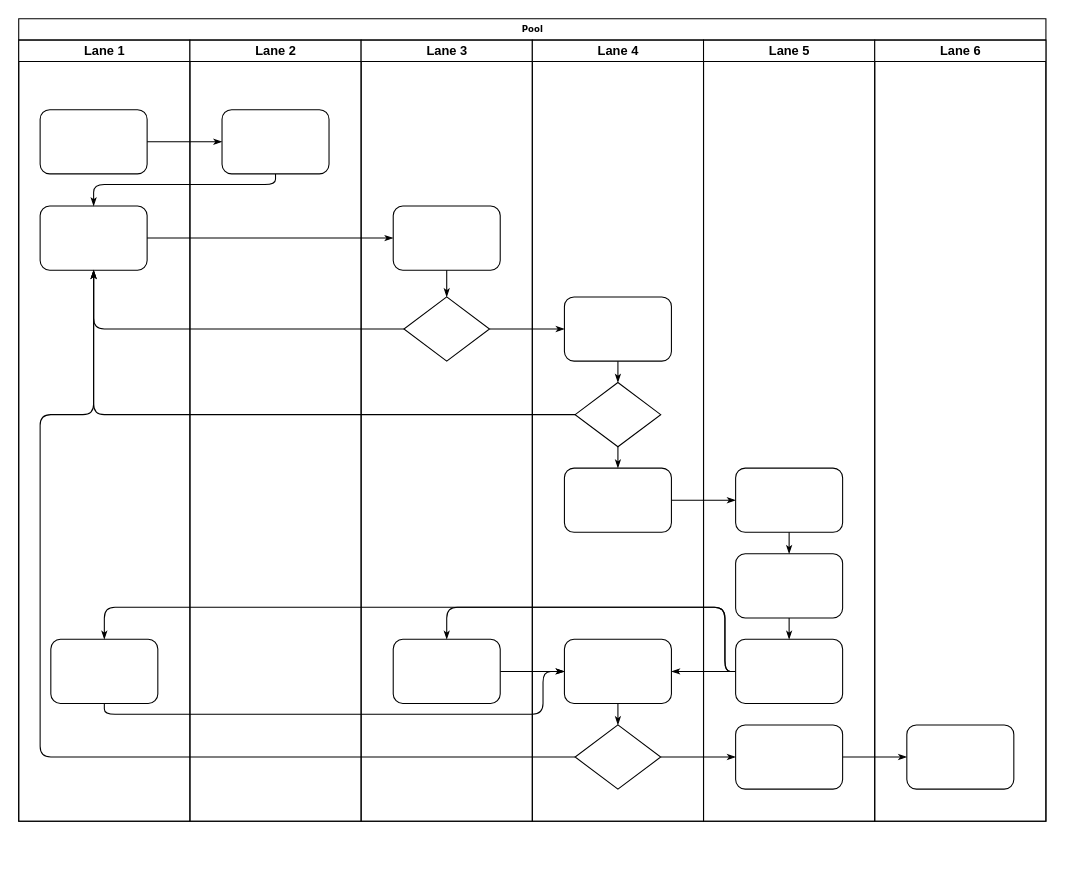
This is documents/名称未設定ファイル.drawio from MatsudaSaku/MoodTune, a draw.io file, before an edit. Source tidied: cells renumbered, new cells numbered last; positions are measured from the earlier drawing's top-left corner, leaving out a move shared by most shapes. Both pictures are drawn from the tidied source at 107%, with x=0, y=0 at pixel (18, 18).
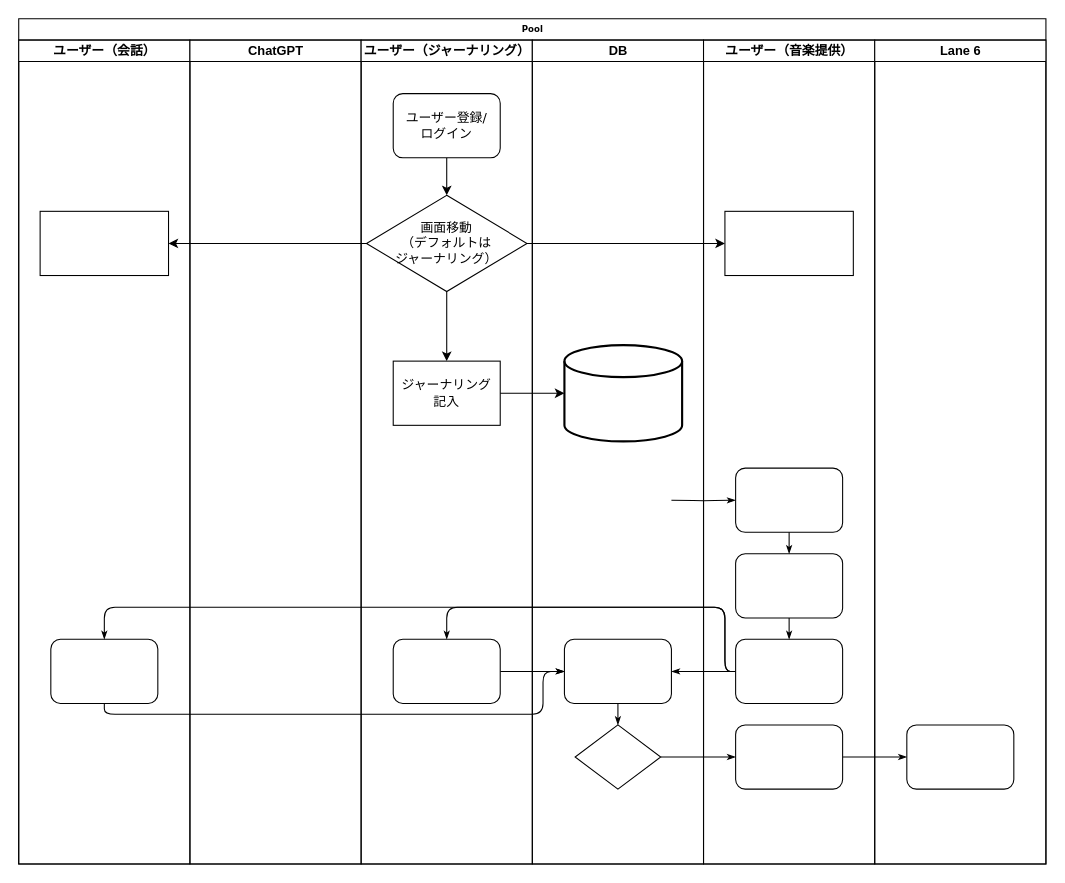
After the change.

Commit message:
名称未設定ファイル.drawio を更新します

Unchanged cells that the change refers to:
```xml
<mxCell id="34" style="rhombus;whiteSpace=wrap;html=1;rounded=0;shadow=0;labelBackgroundColor=none;strokeWidth=1;fontFamily=Verdana;fontSize=8;align=center;" parent="29" vertex="1">
  <mxGeometry x="40" y="640" width="80" height="60" as="geometry" />
</mxCell>
<mxCell id="39" style="rounded=1;whiteSpace=wrap;html=1;shadow=0;labelBackgroundColor=none;strokeWidth=1;fontFamily=Verdana;fontSize=8;align=center;" parent="38" vertex="1">
  <mxGeometry x="30" y="400" width="100" height="60" as="geometry" />
</mxCell>
```

Change to the diagram source:
```diff
@@
     <mxCell id="2" value="Pool" style="swimlane;html=1;startSize=20;rounded=0;shadow=0;labelBackgroundColor=none;strokeWidth=1;fontFamily=Verdana;fontSize=8;align=center;" parent="1" vertex="1">
-      <mxGeometry width="960" height="750" as="geometry" />
+      <mxGeometry width="960" height="790" as="geometry" />
     </mxCell>
-    <mxCell id="3" value="Lane 1" style="swimlane;html=1;startSize=20;" parent="2" vertex="1">
-      <mxGeometry y="20" width="160" height="730" as="geometry" />
+    <mxCell id="3" value="ユーザー（会話）" style="swimlane;html=1;startSize=20;" parent="2" vertex="1">
+      <mxGeometry y="20" width="160" height="770" as="geometry" />
     </mxCell>
-    <mxCell id="4" style="rounded=1;whiteSpace=wrap;html=1;shadow=0;labelBackgroundColor=none;strokeWidth=1;fontFamily=Verdana;fontSize=8;align=center;" parent="3" vertex="1">
-      <mxGeometry x="20" y="65" width="100" height="60" as="geometry" />
-    </mxCell>
-    <mxCell id="5" style="rounded=1;whiteSpace=wrap;html=1;shadow=0;labelBackgroundColor=none;strokeWidth=1;fontFamily=Verdana;fontSize=8;align=center;" parent="3" vertex="1">
-      <mxGeometry x="20" y="155" width="100" height="60" as="geometry" />
-    </mxCell>
@@
-    <mxCell id="7" style="edgeStyle=orthogonalEdgeStyle;rounded=1;html=1;labelBackgroundColor=none;startArrow=none;startFill=0;startSize=5;endArrow=classicThin;endFill=1;endSize=5;jettySize=auto;strokeWidth=1;fontFamily=Verdana;fontSize=8;" parent="2" edge="1" source="4" target="23">
-      <mxGeometry relative="1" as="geometry" />
-    </mxCell>
-    <mxCell id="8" style="edgeStyle=orthogonalEdgeStyle;rounded=1;html=1;labelBackgroundColor=none;startArrow=none;startFill=0;startSize=5;endArrow=classicThin;endFill=1;endSize=5;jettySize=auto;strokeWidth=1;fontFamily=Verdana;fontSize=8;" parent="2" edge="1" source="23" target="5">
-      <mxGeometry relative="1" as="geometry">
-        <Array as="points">
-          <mxPoint x="240" y="155" />
-          <mxPoint x="70" y="155" />
-        </Array>
-      </mxGeometry>
-    </mxCell>
-    <mxCell id="9" style="edgeStyle=orthogonalEdgeStyle;rounded=1;html=1;labelBackgroundColor=none;startArrow=none;startFill=0;startSize=5;endArrow=classicThin;endFill=1;endSize=5;jettySize=auto;strokeWidth=1;fontFamily=Verdana;fontSize=8;" parent="2" edge="1" source="5" target="25">
-      <mxGeometry relative="1" as="geometry" />
-    </mxCell>
-    <mxCell id="10" style="edgeStyle=orthogonalEdgeStyle;rounded=1;html=1;labelBackgroundColor=none;startArrow=none;startFill=0;startSize=5;endArrow=classicThin;endFill=1;endSize=5;jettySize=auto;strokeWidth=1;fontFamily=Verdana;fontSize=8;" parent="2" edge="1" source="26" target="5">
-      <mxGeometry relative="1" as="geometry" />
-    </mxCell>
-    <mxCell id="11" style="edgeStyle=orthogonalEdgeStyle;rounded=1;html=1;labelBackgroundColor=none;startArrow=none;startFill=0;startSize=5;endArrow=classicThin;endFill=1;endSize=5;jettySize=auto;strokeWidth=1;fontFamily=Verdana;fontSize=8;" parent="2" edge="1" source="31" target="5">
-      <mxGeometry relative="1" as="geometry" />
-    </mxCell>
-    <mxCell id="12" style="edgeStyle=orthogonalEdgeStyle;rounded=1;html=1;labelBackgroundColor=none;startArrow=none;startFill=0;startSize=5;endArrow=classicThin;endFill=1;endSize=5;jettySize=auto;strokeWidth=1;fontFamily=Verdana;fontSize=8;" parent="2" edge="1" source="34" target="5">
-      <mxGeometry relative="1" as="geometry">
-        <Array as="points">
-          <mxPoint x="20" y="690" />
-          <mxPoint x="20" y="370" />
-          <mxPoint x="70" y="370" />
-        </Array>
-      </mxGeometry>
-    </mxCell>
-    <mxCell id="13" style="edgeStyle=orthogonalEdgeStyle;rounded=1;html=1;labelBackgroundColor=none;startArrow=none;startFill=0;startSize=5;endArrow=classicThin;endFill=1;endSize=5;jettySize=auto;strokeWidth=1;fontFamily=Verdana;fontSize=8;" parent="2" edge="1" source="26" target="30">
-      <mxGeometry relative="1" as="geometry" />
-    </mxCell>
+    <mxCell id="47" style="rounded=0;whiteSpace=wrap;html=1;" parent="3" vertex="1">
+      <mxGeometry x="20" y="160" width="120" height="60" as="geometry" />
+    </mxCell>
@@
-    <mxCell id="16" style="edgeStyle=orthogonalEdgeStyle;rounded=1;html=1;labelBackgroundColor=none;startArrow=none;startFill=0;startSize=5;endArrow=classicThin;endFill=1;endSize=5;jettySize=auto;strokeWidth=1;fontFamily=Verdana;fontSize=8;" parent="2" edge="1" source="32" target="39">
-      <mxGeometry relative="1" as="geometry" />
+    <mxCell id="16" style="edgeStyle=orthogonalEdgeStyle;rounded=1;html=1;labelBackgroundColor=none;startArrow=none;startFill=0;startSize=5;endArrow=classicThin;endFill=1;endSize=5;jettySize=auto;strokeWidth=1;fontFamily=Verdana;fontSize=8;" parent="2" edge="1" target="39">
+      <mxGeometry relative="1" as="geometry">
+        <mxPoint x="610" y="450" as="sourcePoint" />
+      </mxGeometry>
     </mxCell>
@@
-    <mxCell id="22" value="Lane 2" style="swimlane;html=1;startSize=20;" parent="2" vertex="1">
-      <mxGeometry x="160" y="20" width="160" height="730" as="geometry" />
+    <mxCell id="22" value="ChatGPT" style="swimlane;html=1;startSize=20;" parent="2" vertex="1">
+      <mxGeometry x="160" y="20" width="160" height="770" as="geometry" />
     </mxCell>
-    <mxCell id="23" style="rounded=1;whiteSpace=wrap;html=1;shadow=0;labelBackgroundColor=none;strokeWidth=1;fontFamily=Verdana;fontSize=8;align=center;" parent="22" vertex="1">
-      <mxGeometry x="30" y="65" width="100" height="60" as="geometry" />
-    </mxCell>
-    <mxCell id="24" value="Lane 3" style="swimlane;html=1;startSize=20;" parent="2" vertex="1">
-      <mxGeometry x="320" y="20" width="160" height="730" as="geometry" />
+    <mxCell id="24" value="ユーザー（ジャーナリング）" style="swimlane;html=1;startSize=20;" parent="2" vertex="1">
+      <mxGeometry x="320" y="20" width="160" height="770" as="geometry" />
     </mxCell>
-    <mxCell id="25" style="rounded=1;whiteSpace=wrap;html=1;shadow=0;labelBackgroundColor=none;strokeWidth=1;fontFamily=Verdana;fontSize=8;align=center;" parent="24" vertex="1">
-      <mxGeometry x="30" y="155" width="100" height="60" as="geometry" />
-    </mxCell>
+    <mxCell id="48" style="edgeStyle=orthogonalEdgeStyle;rounded=0;jettySize=auto;html=1;exitX=0.5;exitY=1;exitDx=0;exitDy=0;entryX=0.5;entryY=0;entryDx=0;entryDy=0;" parent="24" edge="1" source="26" target="50">
+      <mxGeometry relative="1" as="geometry" />
+    </mxCell>
-    <mxCell id="26" style="rhombus;whiteSpace=wrap;html=1;rounded=0;shadow=0;labelBackgroundColor=none;strokeWidth=1;fontFamily=Verdana;fontSize=8;align=center;" parent="24" vertex="1">
-      <mxGeometry x="40" y="240" width="80" height="60" as="geometry" />
+    <mxCell id="26" value="&lt;div&gt;&lt;font style=&quot;font-size: 12px;&quot;&gt;画面移動&lt;/font&gt;&lt;/div&gt;&lt;div&gt;&lt;font style=&quot;font-size: 12px;&quot;&gt;（デフォルトは&lt;/font&gt;&lt;/div&gt;&lt;div&gt;&lt;font style=&quot;font-size: 12px;&quot;&gt;ジャーナリング）&lt;/font&gt;&lt;/div&gt;" style="rhombus;whiteSpace=wrap;html=1;rounded=0;shadow=0;labelBackgroundColor=none;strokeWidth=1;fontFamily=Verdana;fontSize=8;align=center;" parent="24" vertex="1">
+      <mxGeometry x="5" y="145" width="150" height="90" as="geometry" />
     </mxCell>
@@
-    <mxCell id="28" style="edgeStyle=orthogonalEdgeStyle;rounded=1;html=1;labelBackgroundColor=none;startArrow=none;startFill=0;startSize=5;endArrow=classicThin;endFill=1;endSize=5;jettySize=auto;strokeWidth=1;fontFamily=Verdana;fontSize=8;" parent="24" edge="1" source="25" target="26">
-      <mxGeometry relative="1" as="geometry" />
-    </mxCell>
+    <mxCell id="49" style="edgeStyle=orthogonalEdgeStyle;rounded=0;jettySize=auto;html=1;exitX=0.5;exitY=1;exitDx=0;exitDy=0;entryX=0.5;entryY=0;entryDx=0;entryDy=0;" parent="24" edge="1" source="23" target="26">
+      <mxGeometry relative="1" as="geometry" />
+    </mxCell>
+    <mxCell id="23" value="&lt;div&gt;&lt;span style=&quot;font-size: 12px;&quot;&gt;ユーザー登録/&lt;/span&gt;&lt;/div&gt;&lt;span style=&quot;font-size: 12px;&quot;&gt;ログイン&lt;/span&gt;" style="rounded=1;whiteSpace=wrap;html=1;shadow=0;labelBackgroundColor=none;strokeWidth=1;fontFamily=Verdana;fontSize=8;align=center;" parent="24" vertex="1">
+      <mxGeometry x="30" y="50" width="100" height="60" as="geometry" />
+    </mxCell>
+    <mxCell id="50" value="ジャーナリング&lt;div&gt;記入&lt;/div&gt;" style="rounded=0;whiteSpace=wrap;html=1;" parent="24" vertex="1">
+      <mxGeometry x="30" y="300" width="100" height="60" as="geometry" />
+    </mxCell>
-    <mxCell id="29" value="Lane 4" style="swimlane;html=1;startSize=20;" parent="2" vertex="1">
-      <mxGeometry x="480" y="20" width="160" height="730" as="geometry" />
+    <mxCell id="29" value="DB" style="swimlane;html=1;startSize=20;" parent="2" vertex="1">
+      <mxGeometry x="480" y="20" width="160" height="770" as="geometry" />
     </mxCell>
-    <mxCell id="30" style="rounded=1;whiteSpace=wrap;html=1;shadow=0;labelBackgroundColor=none;strokeWidth=1;fontFamily=Verdana;fontSize=8;align=center;" parent="29" vertex="1">
-      <mxGeometry x="30" y="240" width="100" height="60" as="geometry" />
-    </mxCell>
-    <mxCell id="31" style="rhombus;whiteSpace=wrap;html=1;rounded=0;shadow=0;labelBackgroundColor=none;strokeWidth=1;fontFamily=Verdana;fontSize=8;align=center;" parent="29" vertex="1">
-      <mxGeometry x="40" y="320" width="80" height="60" as="geometry" />
-    </mxCell>
-    <mxCell id="32" style="rounded=1;whiteSpace=wrap;html=1;shadow=0;labelBackgroundColor=none;strokeWidth=1;fontFamily=Verdana;fontSize=8;align=center;" parent="29" vertex="1">
-      <mxGeometry x="30" y="400" width="100" height="60" as="geometry" />
-    </mxCell>
@@
-    <mxCell id="35" style="edgeStyle=orthogonalEdgeStyle;rounded=1;html=1;labelBackgroundColor=none;startArrow=none;startFill=0;startSize=5;endArrow=classicThin;endFill=1;endSize=5;jettySize=auto;strokeColor=#000000;strokeWidth=1;fontFamily=Verdana;fontSize=8;fontColor=#000000;" parent="29" edge="1" source="30" target="31">
-      <mxGeometry relative="1" as="geometry" />
-    </mxCell>
-    <mxCell id="36" style="edgeStyle=orthogonalEdgeStyle;rounded=1;html=1;labelBackgroundColor=none;startArrow=none;startFill=0;startSize=5;endArrow=classicThin;endFill=1;endSize=5;jettySize=auto;strokeWidth=1;fontFamily=Verdana;fontSize=8;" parent="29" edge="1" source="31" target="32">
-      <mxGeometry relative="1" as="geometry" />
-    </mxCell>
@@
+    <mxCell id="51" style="strokeWidth=2;html=1;shape=mxgraph.flowchart.database;whiteSpace=wrap;" parent="29" vertex="1">
+      <mxGeometry x="30" y="285" width="110" height="90" as="geometry" />
+    </mxCell>
-    <mxCell id="38" value="Lane 5" style="swimlane;html=1;startSize=20;" parent="2" vertex="1">
-      <mxGeometry x="640" y="20" width="160" height="730" as="geometry" />
+    <mxCell id="38" value="ユーザー（音楽提供）" style="swimlane;html=1;startSize=20;" parent="2" vertex="1">
+      <mxGeometry x="640" y="20" width="160" height="770" as="geometry" />
     </mxCell>
@@
+    <mxCell id="52" style="rounded=0;whiteSpace=wrap;html=1;" parent="38" vertex="1">
+      <mxGeometry x="20" y="160" width="120" height="60" as="geometry" />
+    </mxCell>
     <mxCell id="45" value="Lane 6" style="swimlane;html=1;startSize=20;" parent="2" vertex="1">
-      <mxGeometry x="800" y="20" width="160" height="730" as="geometry" />
+      <mxGeometry x="800" y="20" width="160" height="770" as="geometry" />
     </mxCell>
@@
+    <mxCell id="53" style="edgeStyle=orthogonalEdgeStyle;rounded=0;jettySize=auto;html=1;exitX=0;exitY=0.5;exitDx=0;exitDy=0;" parent="2" edge="1" source="26" target="47">
+      <mxGeometry relative="1" as="geometry" />
+    </mxCell>
+    <mxCell id="54" style="edgeStyle=orthogonalEdgeStyle;rounded=0;jettySize=auto;html=1;exitX=1;exitY=0.5;exitDx=0;exitDy=0;" parent="2" edge="1" source="26" target="52">
+      <mxGeometry relative="1" as="geometry" />
+    </mxCell>
+    <mxCell id="55" style="edgeStyle=orthogonalEdgeStyle;rounded=0;jettySize=auto;html=1;exitX=1;exitY=0.5;exitDx=0;exitDy=0;entryX=0;entryY=0.5;entryDx=0;entryDy=0;entryPerimeter=0;" parent="2" edge="1" source="50" target="51">
+      <mxGeometry relative="1" as="geometry" />
+    </mxCell>
```
